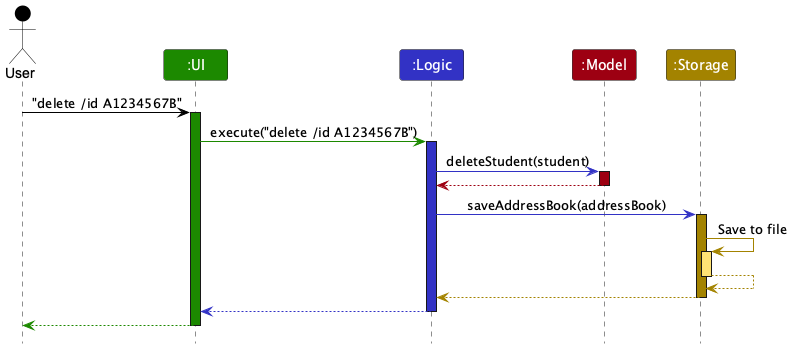
This is docs/images/ArchitectureSequenceDiagram.png from AY2627S1-CS2103-F11-1/tp, a PlantUML export, as it was before one commit. Its source is kept beside it as docs/diagrams/ArchitectureSequenceDiagram.puml. Its diagram source:
```plantuml
@startuml
!include style.puml
skinparam ArrowFontStyle plain

Actor User as user USER_COLOR
Participant ":UI" as ui UI_COLOR
Participant ":Logic" as logic LOGIC_COLOR
Participant ":Model" as model MODEL_COLOR
Participant ":Storage" as storage STORAGE_COLOR

user -[USER_COLOR]> ui : "delete /id A1234567B"
activate ui UI_COLOR

ui -[UI_COLOR]> logic : execute("delete /id A1234567B")
activate logic LOGIC_COLOR

logic -[LOGIC_COLOR]> model : deleteStudent(student)
activate model MODEL_COLOR

model -[MODEL_COLOR]-> logic
deactivate model

logic -[LOGIC_COLOR]> storage : saveAddressBook(addressBook)
activate storage STORAGE_COLOR

storage -[STORAGE_COLOR]> storage : Save to file
activate storage STORAGE_COLOR_T1
storage --[STORAGE_COLOR]> storage
deactivate storage

storage --[STORAGE_COLOR]> logic
deactivate storage

logic --[LOGIC_COLOR]> ui
deactivate logic

ui--[UI_COLOR]> user
deactivate ui
@enduml
```
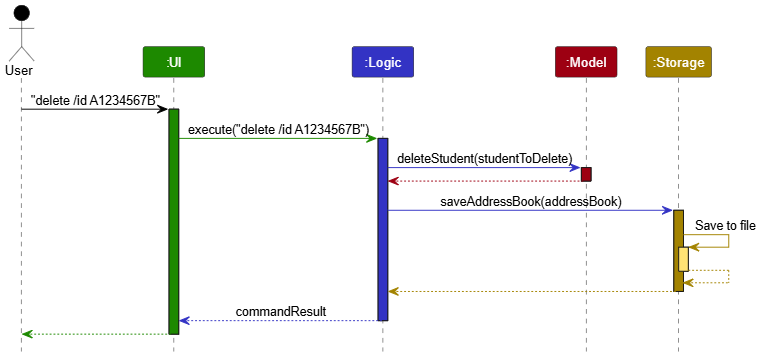
After the commit.

Commit message:
Update Architecture Sequence Diagram

Diff of the diagram source:
```diff
@@ -2,11 +2,11 @@
 !include style.puml
 skinparam ArrowFontStyle plain
 
-Actor User as user USER_COLOR
-Participant ":UI" as ui UI_COLOR
-Participant ":Logic" as logic LOGIC_COLOR
-Participant ":Model" as model MODEL_COLOR
-Participant ":Storage" as storage STORAGE_COLOR
+actor User as user USER_COLOR
+participant ":UI" as ui UI_COLOR
+participant ":Logic" as logic LOGIC_COLOR
+participant ":Model" as model MODEL_COLOR
+participant ":Storage" as storage STORAGE_COLOR
 
 user -[USER_COLOR]> ui : "delete /id A1234567B"
 activate ui UI_COLOR
@@ -14,16 +14,16 @@
 ui -[UI_COLOR]> logic : execute("delete /id A1234567B")
 activate logic LOGIC_COLOR
 
-logic -[LOGIC_COLOR]> model : deleteStudent(student)
+logic -[LOGIC_COLOR]> model : deleteStudent(studentToDelete)
 activate model MODEL_COLOR
 
-model -[MODEL_COLOR]-> logic
+model --[MODEL_COLOR]> logic
 deactivate model
 
 logic -[LOGIC_COLOR]> storage : saveAddressBook(addressBook)
 activate storage STORAGE_COLOR
 
-storage -[STORAGE_COLOR]> storage : Save to file
+storage -[STORAGE_COLOR]> storage :  Save to file
 activate storage STORAGE_COLOR_T1
 storage --[STORAGE_COLOR]> storage
 deactivate storage
@@ -31,9 +31,10 @@
 storage --[STORAGE_COLOR]> logic
 deactivate storage
 
-logic --[LOGIC_COLOR]> ui
+logic --[LOGIC_COLOR]> ui : commandResult
 deactivate logic
 
-ui--[UI_COLOR]> user
+ui --[UI_COLOR]> user
 deactivate ui
+
 @enduml
```
